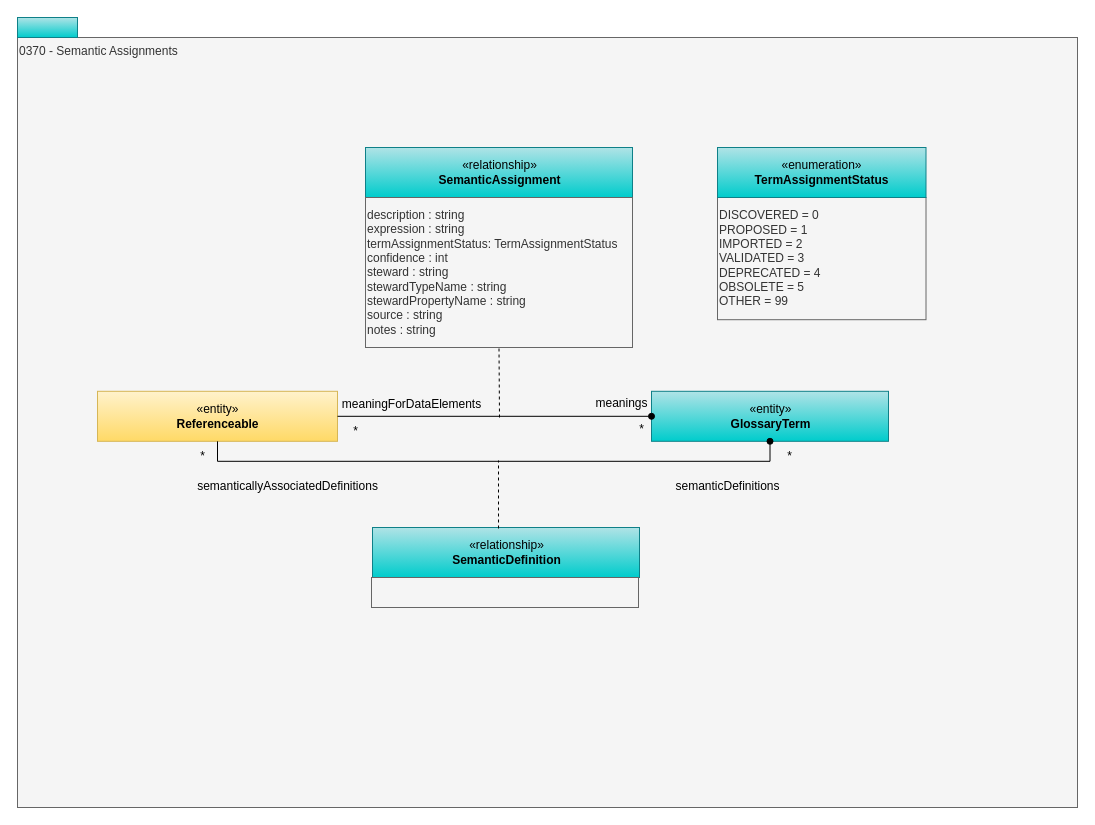
The draw.io diagram page "0370-Semantic-Assignment" (7 of 11) of site/docs/types/3/area-3-glossary.drawio in odpi/egeria-docs, before the edit. Source tidied: cells renumbered, new cells numbered last; positions are measured from the earlier drawing's top-left corner, leaving out a move shared by most shapes. Both pictures are drawn from the tidied source at 100%, with x=0, y=0 at pixel (17, 17).
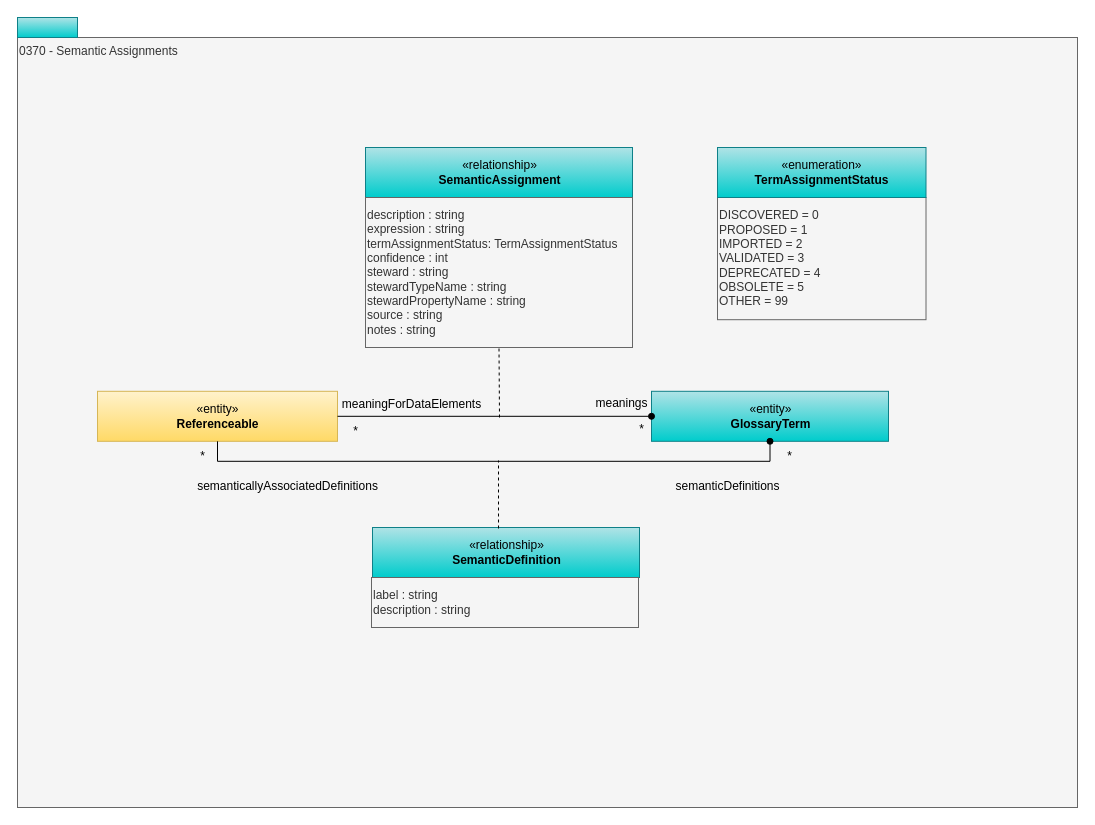
The same page after the edit.

The edit, as a diff of the source:
```diff
@@
-    <mxCell id="22" style="rounded=0;whiteSpace=wrap;html=1;strokeColor=#666666;align=left;fillColor=#f5f5f5;fontColor=#333333;" parent="1" vertex="1">
-      <mxGeometry x="354" y="560" width="267" height="30" as="geometry" />
+    <mxCell id="22" value="label : string&lt;div&gt;description : string&lt;/div&gt;" style="rounded=0;whiteSpace=wrap;html=1;strokeColor=#666666;align=left;fillColor=#f5f5f5;fontColor=#333333;" parent="1" vertex="1">
+      <mxGeometry x="354" y="560" width="267" height="50" as="geometry" />
     </mxCell>
```
